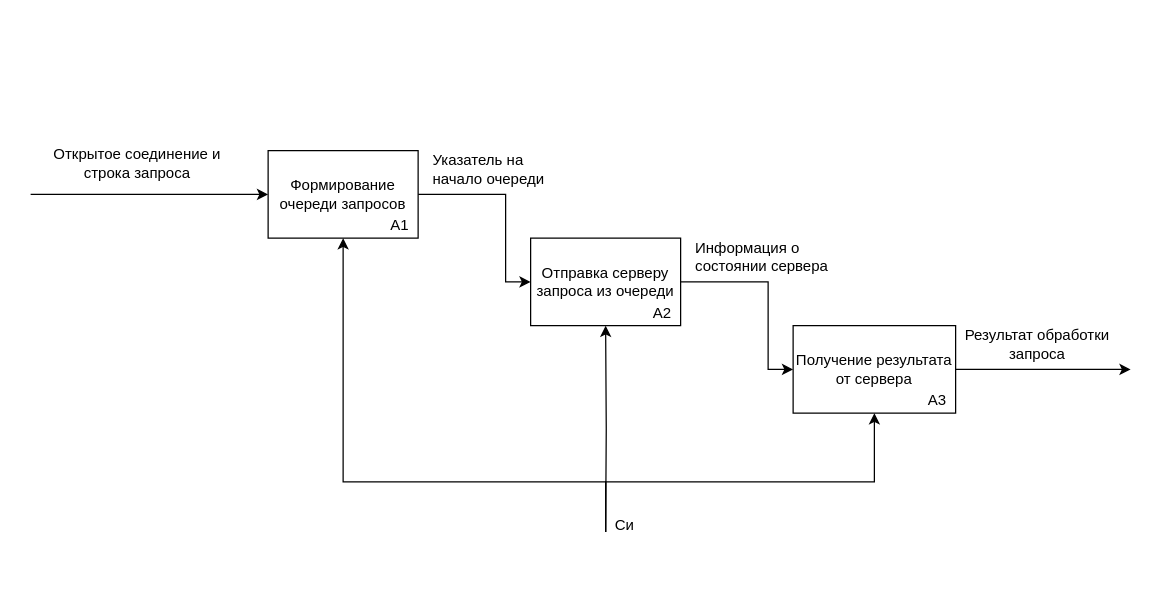
This is Даиграммы/IDEF.drawio from platosha-git/Diplom-theory, a draw.io file, before an edit. Source tidied: cells renumbered, new cells numbered last; positions are measured from the earlier drawing's top-left corner, leaving out a move shared by most shapes. Both pictures are drawn from the tidied source at 125%, with x=0, y=0 at pixel (30, 144).
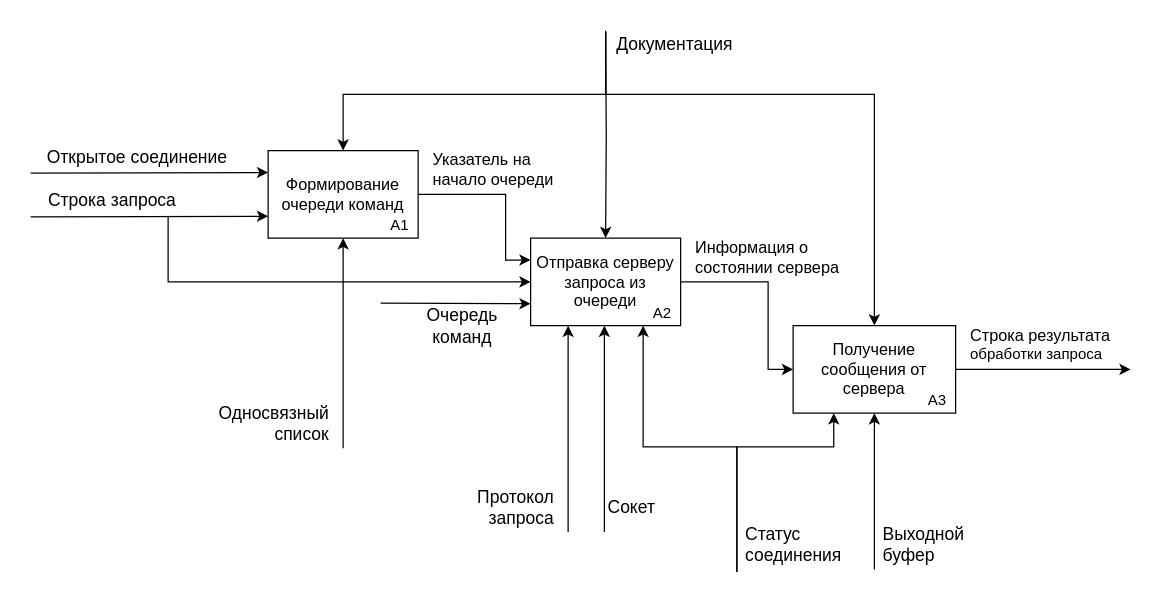
The same diagram, later.

Diff of the diagram source:
```diff
@@
-    <mxCell id="2" value="Получение результата от сервера" style="rounded=0;whiteSpace=wrap;html=1;" parent="1" vertex="1">
+    <mxCell id="2" value="&lt;font style=&quot;font-size: 13px&quot;&gt;Получение сообщения от сервера&lt;/font&gt;" style="rounded=0;whiteSpace=wrap;html=1;" parent="1" vertex="1">
       <mxGeometry x="610" y="145" width="130" height="70" as="geometry" />
     </mxCell>
-    <mxCell id="3" style="edgeStyle=orthogonalEdgeStyle;rounded=0;jettySize=auto;html=1;exitX=1;exitY=0.5;exitDx=0;exitDy=0;entryX=0;entryY=0.5;entryDx=0;entryDy=0;" parent="1" edge="1" source="4" target="9">
+    <mxCell id="3" style="edgeStyle=orthogonalEdgeStyle;rounded=0;jettySize=auto;html=1;exitX=1;exitY=0.5;exitDx=0;exitDy=0;entryX=0;entryY=0.25;entryDx=0;entryDy=0;" parent="1" edge="1" source="4" target="9">
       <mxGeometry relative="1" as="geometry">
         <Array as="points">
           <mxPoint x="380" y="40" />
-          <mxPoint x="380" y="110" />
+          <mxPoint x="380" y="93" />
         </Array>
       </mxGeometry>
     </mxCell>
-    <mxCell id="4" value="Формирование очереди запросов" style="rounded=0;whiteSpace=wrap;html=1;" parent="1" vertex="1">
+    <mxCell id="4" value="&lt;font style=&quot;font-size: 13px&quot;&gt;Формирование очереди команд&lt;/font&gt;" style="rounded=0;whiteSpace=wrap;html=1;" parent="1" vertex="1">
       <mxGeometry x="190" y="5" width="120" height="70" as="geometry" />
     </mxCell>
-    <mxCell id="5" style="endArrow=classic;html=1;rounded=0;entryX=0;entryY=0.5;entryDx=0;entryDy=0;" parent="1" edge="1" target="4">
+    <mxCell id="5" style="endArrow=classic;html=1;rounded=0;entryX=0;entryY=0.25;entryDx=0;entryDy=0;" parent="1" edge="1" target="4">
       <mxGeometry relative="1" as="geometry">
-        <mxPoint y="40" as="sourcePoint" />
+        <mxPoint y="23" as="sourcePoint" />
       </mxGeometry>
     </mxCell>
-    <mxCell id="6" value="Открытое соединение и &lt;br&gt;строка запроса" style="text;html=1;align=center;verticalAlign=middle;strokeColor=none;fillColor=none;" parent="1" vertex="1">
-      <mxGeometry x="10" width="150" height="30" as="geometry" />
+    <mxCell id="6" value="Открытое соединение" style="text;html=1;align=center;verticalAlign=middle;strokeColor=none;fillColor=none;fontSize=14;" parent="1" vertex="1">
+      <mxGeometry x="5" width="160" height="20" as="geometry" />
     </mxCell>
@@
-    <mxCell id="9" value="Отправка серверу&lt;br&gt;запроса из очереди" style="rounded=0;whiteSpace=wrap;html=1;" parent="1" vertex="1">
+    <mxCell id="9" value="&lt;font style=&quot;font-size: 13px&quot;&gt;Отправка серверу&lt;br&gt;запроса из очереди&lt;/font&gt;" style="rounded=0;whiteSpace=wrap;html=1;" parent="1" vertex="1">
       <mxGeometry x="400" y="75" width="120" height="70" as="geometry" />
     </mxCell>
@@
-    <mxCell id="13" value="Результат обработки &lt;br&gt;запроса" style="text;html=1;align=center;verticalAlign=middle;strokeColor=none;fillColor=none;" parent="1" vertex="1">
-      <mxGeometry x="740" y="145" width="130" height="30" as="geometry" />
+    <mxCell id="13" value="&lt;span style=&quot;font-size: 13px&quot;&gt;Строка результата&lt;br&gt;&lt;/span&gt;обработки запроса" style="text;html=1;align=left;verticalAlign=middle;strokeColor=none;fillColor=none;" parent="1" vertex="1">
+      <mxGeometry x="750" y="145" width="130" height="30" as="geometry" />
     </mxCell>
-    <mxCell id="14" value="Указатель на &lt;br&gt;начало очереди" style="text;html=1;align=left;verticalAlign=middle;strokeColor=none;fillColor=none;" parent="1" vertex="1">
-      <mxGeometry x="320" y="5" width="100" height="30" as="geometry" />
+    <mxCell id="14" value="&lt;font style=&quot;font-size: 13px&quot;&gt;Указатель на &lt;br&gt;начало очереди&lt;/font&gt;" style="text;html=1;align=left;verticalAlign=middle;strokeColor=none;fillColor=none;" parent="1" vertex="1">
+      <mxGeometry x="320" y="5" width="110" height="30" as="geometry" />
     </mxCell>
-    <mxCell id="15" value="Информация о &lt;br&gt;состоянии сервера" style="text;html=1;align=left;verticalAlign=middle;strokeColor=none;fillColor=none;" parent="1" vertex="1">
-      <mxGeometry x="530" y="75" width="120" height="30" as="geometry" />
+    <mxCell id="15" value="&lt;font style=&quot;font-size: 13px&quot;&gt;Информация о &lt;br&gt;состоянии сервера&lt;/font&gt;" style="text;html=1;align=left;verticalAlign=middle;strokeColor=none;fillColor=none;" parent="1" vertex="1">
+      <mxGeometry x="530" y="75" width="130" height="30" as="geometry" />
     </mxCell>
-    <mxCell id="16" style="edgeStyle=orthogonalEdgeStyle;rounded=0;jettySize=auto;html=1;entryX=0.5;entryY=1;entryDx=0;entryDy=0;" parent="1" edge="1" target="4">
-      <mxGeometry relative="1" as="geometry">
-        <mxPoint x="460" y="310" as="sourcePoint" />
-        <Array as="points">
-          <mxPoint x="460" y="270" />
-          <mxPoint x="250" y="270" />
-        </Array>
-      </mxGeometry>
-    </mxCell>
-    <mxCell id="17" style="edgeStyle=orthogonalEdgeStyle;rounded=0;jettySize=auto;html=1;entryX=0.5;entryY=1;entryDx=0;entryDy=0;" parent="1" edge="1" target="9">
-      <mxGeometry relative="1" as="geometry">
-        <mxPoint x="460" y="310" as="sourcePoint" />
-      </mxGeometry>
-    </mxCell>
-    <mxCell id="18" style="edgeStyle=orthogonalEdgeStyle;rounded=0;jettySize=auto;html=1;entryX=0.5;entryY=1;entryDx=0;entryDy=0;" parent="1" edge="1" target="2">
-      <mxGeometry relative="1" as="geometry">
-        <mxPoint x="460" y="310" as="sourcePoint" />
-        <Array as="points">
-          <mxPoint x="460" y="270" />
-          <mxPoint x="675" y="270" />
-        </Array>
-      </mxGeometry>
-    </mxCell>
-    <mxCell id="19" value="Си" style="text;html=1;align=center;verticalAlign=middle;strokeColor=none;fillColor=none;" parent="1" vertex="1">
-      <mxGeometry x="460" y="295" width="30" height="20" as="geometry" />
-    </mxCell>
+    <mxCell id="20" style="endArrow=classic;html=1;rounded=0;entryX=0;entryY=0.75;entryDx=0;entryDy=0;" parent="1" edge="1" target="4">
+      <mxGeometry relative="1" as="geometry">
+        <mxPoint y="58" as="sourcePoint" />
+      </mxGeometry>
+    </mxCell>
+    <mxCell id="21" value="Строка запроса" style="text;html=1;align=center;verticalAlign=middle;fontSize=14;" parent="1" vertex="1">
+      <mxGeometry x="5" y="35" width="120" height="20" as="geometry" />
+    </mxCell>
+    <mxCell id="22" style="edgeStyle=orthogonalEdgeStyle;rounded=0;jettySize=auto;html=1;entryX=0.5;entryY=0;entryDx=0;entryDy=0;fontSize=14;" parent="1" edge="1" target="4">
+      <mxGeometry relative="1" as="geometry">
+        <mxPoint x="460" y="-90" as="sourcePoint" />
+        <Array as="points">
+          <mxPoint x="460" y="-40" />
+          <mxPoint x="250" y="-40" />
+        </Array>
+      </mxGeometry>
+    </mxCell>
+    <mxCell id="23" style="edgeStyle=orthogonalEdgeStyle;rounded=0;jettySize=auto;html=1;entryX=0.5;entryY=0;entryDx=0;entryDy=0;fontSize=14;" parent="1" edge="1" target="9">
+      <mxGeometry relative="1" as="geometry">
+        <mxPoint x="460" y="-90" as="sourcePoint" />
+      </mxGeometry>
+    </mxCell>
+    <mxCell id="24" style="edgeStyle=orthogonalEdgeStyle;rounded=0;jettySize=auto;html=1;entryX=0.5;entryY=0;entryDx=0;entryDy=0;fontSize=14;" parent="1" edge="1" target="2">
+      <mxGeometry relative="1" as="geometry">
+        <mxPoint x="460" y="-91" as="sourcePoint" />
+        <Array as="points">
+          <mxPoint x="460" y="-40" />
+          <mxPoint x="675" y="-40" />
+        </Array>
+      </mxGeometry>
+    </mxCell>
+    <mxCell id="25" value="Документация" style="text;html=1;align=center;verticalAlign=middle;fontSize=14;" parent="1" vertex="1">
+      <mxGeometry x="460" y="-90" width="110" height="20" as="geometry" />
+    </mxCell>
+    <mxCell id="26" style="endArrow=classic;html=1;rounded=0;entryX=0.25;entryY=1;entryDx=0;entryDy=0;" parent="1" edge="1" target="9">
+      <mxGeometry relative="1" as="geometry">
+        <mxPoint x="430" y="310" as="sourcePoint" />
+      </mxGeometry>
+    </mxCell>
+    <mxCell id="27" value="Протокол &lt;br&gt;запроса" style="text;html=1;align=right;verticalAlign=middle;fontSize=14;" parent="1" vertex="1">
+      <mxGeometry x="340" y="270" width="80" height="40" as="geometry" />
+    </mxCell>
+    <mxCell id="28" style="endArrow=classic;html=1;fontSize=14;edgeStyle=orthogonalEdgeStyle;entryX=0;entryY=0.5;entryDx=0;entryDy=0;rounded=0;" parent="1" edge="1" target="9">
+      <mxGeometry relative="1" as="geometry">
+        <mxPoint x="110" y="58" as="sourcePoint" />
+        <Array as="points">
+          <mxPoint x="110" y="110" />
+        </Array>
+      </mxGeometry>
+    </mxCell>
+    <mxCell id="29" style="endArrow=classic;html=1;fontSize=14;entryX=0;entryY=0.75;entryDx=0;entryDy=0;" parent="1" edge="1" target="9">
+      <mxGeometry relative="1" as="geometry">
+        <mxPoint x="280" y="127" as="sourcePoint" />
+      </mxGeometry>
+    </mxCell>
+    <mxCell id="30" value="Очередь &lt;br&gt;команд" style="text;html=1;align=center;verticalAlign=middle;fontSize=14;" parent="1" vertex="1">
+      <mxGeometry x="310" y="125" width="70" height="40" as="geometry" />
+    </mxCell>
+    <mxCell id="31" style="edgeStyle=orthogonalEdgeStyle;rounded=0;jettySize=auto;html=1;fontSize=14;entryX=0.25;entryY=1;entryDx=0;entryDy=0;" parent="1" edge="1" target="2">
+      <mxGeometry relative="1" as="geometry">
+        <mxPoint x="565" y="342" as="sourcePoint" />
+        <Array as="points">
+          <mxPoint x="565" y="242" />
+          <mxPoint x="643" y="242" />
+        </Array>
+      </mxGeometry>
+    </mxCell>
+    <mxCell id="32" style="edgeStyle=orthogonalEdgeStyle;rounded=0;jettySize=auto;html=1;fontSize=14;entryX=0.75;entryY=1;entryDx=0;entryDy=0;" parent="1" edge="1" target="9">
+      <mxGeometry relative="1" as="geometry">
+        <mxPoint x="565" y="342" as="sourcePoint" />
+        <Array as="points">
+          <mxPoint x="565" y="242" />
+          <mxPoint x="490" y="242" />
+        </Array>
+      </mxGeometry>
+    </mxCell>
+    <mxCell id="33" value="Статус &lt;br&gt;соединения" style="text;html=1;align=left;verticalAlign=middle;fontSize=14;" parent="1" vertex="1">
+      <mxGeometry x="570" y="300" width="90" height="40" as="geometry" />
+    </mxCell>
+    <mxCell id="34" style="endArrow=classic;html=1;rounded=0;entryX=0.5;entryY=1;entryDx=0;entryDy=0;" parent="1" edge="1" target="4">
+      <mxGeometry relative="1" as="geometry">
+        <mxPoint x="250" y="243" as="sourcePoint" />
+      </mxGeometry>
+    </mxCell>
+    <mxCell id="35" value="Односвязный&lt;br&gt;список" style="text;html=1;align=right;verticalAlign=middle;fontSize=14;" parent="1" vertex="1">
+      <mxGeometry x="140" y="202.5" width="100" height="40" as="geometry" />
+    </mxCell>
+    <mxCell id="36" style="edgeStyle=orthogonalEdgeStyle;rounded=0;jettySize=auto;html=1;entryX=0.5;entryY=1;entryDx=0;entryDy=0;fontSize=14;" parent="1" edge="1" target="2">
+      <mxGeometry relative="1" as="geometry">
+        <mxPoint x="675" y="340" as="sourcePoint" />
+        <Array as="points">
+          <mxPoint x="675" y="330" />
+        </Array>
+      </mxGeometry>
+    </mxCell>
+    <mxCell id="37" value="Выходной буфер" style="text;html=1;strokeColor=none;fillColor=none;align=left;verticalAlign=middle;whiteSpace=wrap;rounded=0;fontSize=14;" parent="1" vertex="1">
+      <mxGeometry x="680" y="310" width="40" height="20" as="geometry" />
+    </mxCell>
+    <mxCell id="38" style="endArrow=classic;html=1;rounded=0;entryX=0.25;entryY=1;entryDx=0;entryDy=0;" parent="1" edge="1">
+      <mxGeometry relative="1" as="geometry">
+        <mxPoint x="459" y="310" as="sourcePoint" />
+        <mxPoint x="459" y="145" as="targetPoint" />
+      </mxGeometry>
+    </mxCell>
+    <mxCell id="39" value="Сокет" style="text;html=1;align=left;verticalAlign=middle;fontSize=14;fontStyle=0;" parent="1" vertex="1">
+      <mxGeometry x="460" y="280" width="50" height="20" as="geometry" />
+    </mxCell>
```
